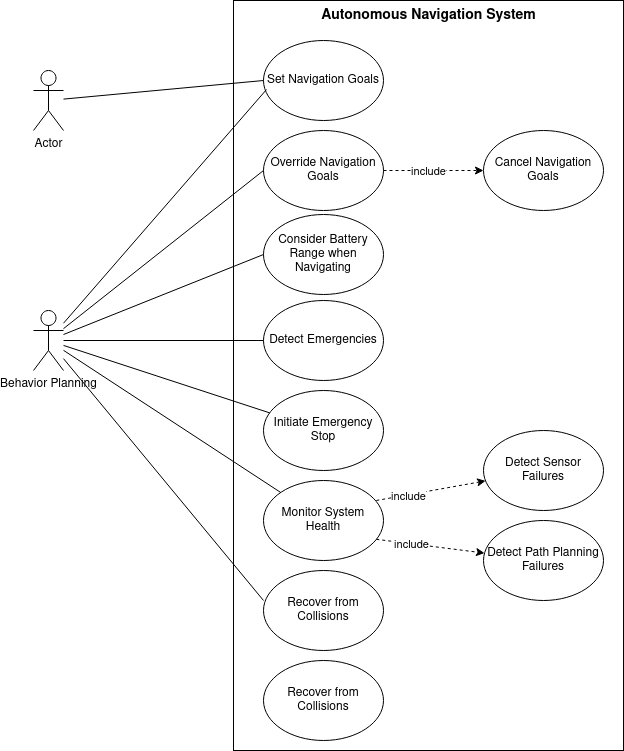
Before: Thesis/images/use_case.png, a diagram exported from draw.io (mounteverset/behavior_planning). Source tidied: cells renumbered, new cells last; positions are measured from the earlier drawing's top-left corner, leaving out a move shared by most shapes. The source it was exported from:
```xml
<mxGraphModel>
  <root>
    <mxCell id="0" />
    <mxCell id="1" parent="0" />
    <mxCell id="2" style="rounded=0;whiteSpace=wrap;html=1;" parent="1" vertex="1">
      <mxGeometry x="200" width="390" height="750" as="geometry" />
    </mxCell>
    <mxCell id="3" value="Actor" style="shape=umlActor;verticalLabelPosition=bottom;verticalAlign=top;html=1;outlineConnect=0;" parent="1" vertex="1">
      <mxGeometry y="70" width="30" height="60" as="geometry" />
    </mxCell>
    <mxCell id="4" value="Behavior Planning" style="shape=umlActor;verticalLabelPosition=bottom;verticalAlign=top;html=1;outlineConnect=0;" parent="1" vertex="1">
      <mxGeometry y="310" width="30" height="60" as="geometry" />
    </mxCell>
    <mxCell id="5" value="Set Navigation Goals" style="ellipse;whiteSpace=wrap;html=1;" parent="1" vertex="1">
      <mxGeometry x="230" y="40" width="120" height="80" as="geometry" />
    </mxCell>
    <mxCell id="6" value="Monitor System Health" style="ellipse;whiteSpace=wrap;html=1;" parent="1" vertex="1">
      <mxGeometry x="230" y="480" width="120" height="80" as="geometry" />
    </mxCell>
    <mxCell id="7" value="Initiate Emergency Stop" style="ellipse;whiteSpace=wrap;html=1;" parent="1" vertex="1">
      <mxGeometry x="230" y="390" width="120" height="80" as="geometry" />
    </mxCell>
    <mxCell id="8" value="Detect Emergencies" style="ellipse;whiteSpace=wrap;html=1;" parent="1" vertex="1">
      <mxGeometry x="230" y="300" width="120" height="80" as="geometry" />
    </mxCell>
    <mxCell id="9" value="Recover from Collisions" style="ellipse;whiteSpace=wrap;html=1;" parent="1" vertex="1">
      <mxGeometry x="230" y="570" width="120" height="80" as="geometry" />
    </mxCell>
    <mxCell id="10" value="Detect Sensor Failures" style="ellipse;whiteSpace=wrap;html=1;" parent="1" vertex="1">
      <mxGeometry x="450" y="430" width="120" height="80" as="geometry" />
    </mxCell>
    <mxCell id="11" value="Detect Path Planning Failures" style="ellipse;whiteSpace=wrap;html=1;" parent="1" vertex="1">
      <mxGeometry x="450" y="520" width="120" height="80" as="geometry" />
    </mxCell>
    <mxCell id="12" value="Override Navigation Goals" style="ellipse;whiteSpace=wrap;html=1;" parent="1" vertex="1">
      <mxGeometry x="230" y="130" width="120" height="80" as="geometry" />
    </mxCell>
    <mxCell id="13" style="endArrow=classic;html=1;rounded=0;exitX=0.94;exitY=0.25;exitDx=0;exitDy=0;dashed=1;exitPerimeter=0;" parent="1" edge="1" source="6" target="10">
      <mxGeometry relative="1" as="geometry" />
    </mxCell>
    <mxCell id="14" value="include" style="edgeLabel;html=1;align=center;verticalAlign=middle;" parent="13" vertex="1">
      <mxGeometry x="-0.43" y="-1" relative="1" as="geometry" />
    </mxCell>
    <mxCell id="15" style="endArrow=classic;html=1;rounded=0;exitX=0.94;exitY=0.735;exitDx=0;exitDy=0;dashed=1;exitPerimeter=0;" parent="1" edge="1" source="6" target="11">
      <mxGeometry relative="1" as="geometry" />
    </mxCell>
    <mxCell id="16" value="include" style="edgeLabel;html=1;align=center;verticalAlign=middle;" parent="15" vertex="1">
      <mxGeometry x="-0.37" relative="1" as="geometry" />
    </mxCell>
    <mxCell id="17" style="endArrow=none;html=1;rounded=0;entryX=0;entryY=0.5;entryDx=0;entryDy=0;" parent="1" edge="1" source="4" target="12">
      <mxGeometry relative="1" as="geometry" />
    </mxCell>
    <mxCell id="18" style="endArrow=none;html=1;rounded=0;entryX=0;entryY=0.5;entryDx=0;entryDy=0;" parent="1" edge="1" source="4" target="8">
      <mxGeometry relative="1" as="geometry" />
    </mxCell>
    <mxCell id="19" style="endArrow=none;html=1;rounded=0;" parent="1" edge="1" source="4" target="7">
      <mxGeometry relative="1" as="geometry" />
    </mxCell>
    <mxCell id="20" style="endArrow=none;html=1;rounded=0;" parent="1" edge="1" source="4" target="6">
      <mxGeometry relative="1" as="geometry" />
    </mxCell>
    <mxCell id="21" style="endArrow=none;html=1;rounded=0;entryX=0;entryY=0.375;entryDx=0;entryDy=0;entryPerimeter=0;" parent="1" edge="1" source="4" target="9">
      <mxGeometry relative="1" as="geometry" />
    </mxCell>
    <mxCell id="22" value="Recover from Collisions" style="ellipse;whiteSpace=wrap;html=1;" parent="1" vertex="1">
      <mxGeometry x="230" y="660" width="120" height="80" as="geometry" />
    </mxCell>
    <mxCell id="23" value="Cancel Navigation Goals" style="ellipse;whiteSpace=wrap;html=1;" parent="1" vertex="1">
      <mxGeometry x="450" y="130" width="120" height="80" as="geometry" />
    </mxCell>
    <mxCell id="24" style="endArrow=classic;html=1;rounded=0;exitX=1;exitY=0.5;exitDx=0;exitDy=0;dashed=1;entryX=0;entryY=0.5;entryDx=0;entryDy=0;" parent="1" edge="1" source="12" target="23">
      <mxGeometry relative="1" as="geometry" />
    </mxCell>
    <mxCell id="25" value="include" style="edgeLabel;html=1;align=center;verticalAlign=middle;" parent="24" vertex="1">
      <mxGeometry x="-0.43" y="-1" relative="1" as="geometry">
        <mxPoint x="16" y="-1" as="offset" />
      </mxGeometry>
    </mxCell>
    <mxCell id="26" value="Consider Battery Range when Navigating" style="ellipse;whiteSpace=wrap;html=1;" parent="1" vertex="1">
      <mxGeometry x="230" y="214" width="120" height="80" as="geometry" />
    </mxCell>
    <mxCell id="27" style="endArrow=none;html=1;rounded=0;entryX=0;entryY=0.5;entryDx=0;entryDy=0;" parent="1" edge="1" source="4" target="26">
      <mxGeometry relative="1" as="geometry" />
    </mxCell>
    <mxCell id="28" value="&lt;font style=&quot;font-size: 14px;&quot;&gt;&lt;b&gt;Autonomous Navigation System&lt;/b&gt;&lt;/font&gt;" style="text;html=1;strokeColor=none;fillColor=none;align=center;verticalAlign=middle;whiteSpace=wrap;rounded=0;" parent="1" vertex="1">
      <mxGeometry x="272.5" width="245" height="30" as="geometry" />
    </mxCell>
    <mxCell id="29" style="endArrow=none;html=1;rounded=0;entryX=0;entryY=0.5;entryDx=0;entryDy=0;" parent="1" edge="1" source="3" target="5">
      <mxGeometry relative="1" as="geometry" />
    </mxCell>
    <mxCell id="30" style="endArrow=none;html=1;rounded=0;entryX=0.025;entryY=0.613;entryDx=0;entryDy=0;entryPerimeter=0;" parent="1" edge="1" source="4" target="5">
      <mxGeometry relative="1" as="geometry" />
    </mxCell>
  </root>
</mxGraphModel>
```
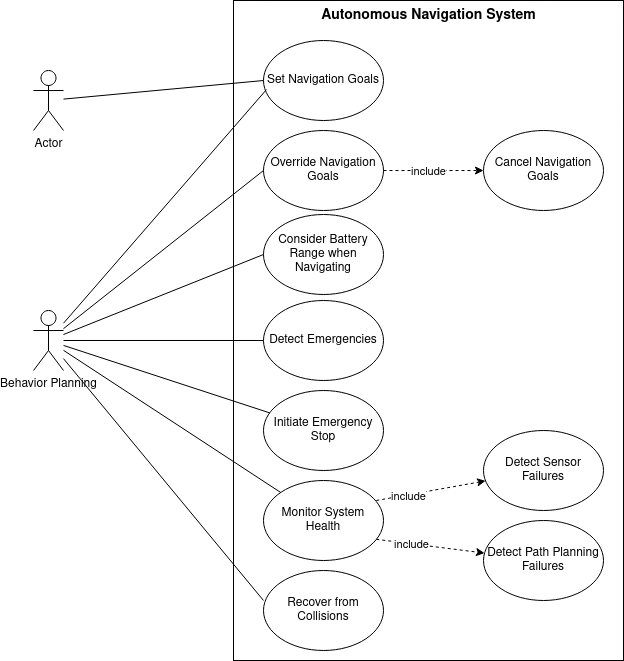
Later version of the same file.

The edit, as a diff of the source:
```diff
@@ -3,7 +3,7 @@
     <mxCell id="0" />
     <mxCell id="1" parent="0" />
     <mxCell id="2" style="rounded=0;whiteSpace=wrap;html=1;" parent="1" vertex="1">
-      <mxGeometry x="200" width="390" height="750" as="geometry" />
+      <mxGeometry x="200" width="390" height="660" as="geometry" />
     </mxCell>
     <mxCell id="3" value="Actor" style="shape=umlActor;verticalLabelPosition=bottom;verticalAlign=top;html=1;outlineConnect=0;" parent="1" vertex="1">
       <mxGeometry y="70" width="30" height="60" as="geometry" />
@@ -62,9 +62,6 @@
     <mxCell id="21" style="endArrow=none;html=1;rounded=0;entryX=0;entryY=0.375;entryDx=0;entryDy=0;entryPerimeter=0;" parent="1" edge="1" source="4" target="9">
       <mxGeometry relative="1" as="geometry" />
     </mxCell>
-    <mxCell id="22" value="Recover from Collisions" style="ellipse;whiteSpace=wrap;html=1;" parent="1" vertex="1">
-      <mxGeometry x="230" y="660" width="120" height="80" as="geometry" />
-    </mxCell>
     <mxCell id="23" value="Cancel Navigation Goals" style="ellipse;whiteSpace=wrap;html=1;" parent="1" vertex="1">
       <mxGeometry x="450" y="130" width="120" height="80" as="geometry" />
     </mxCell>
```
